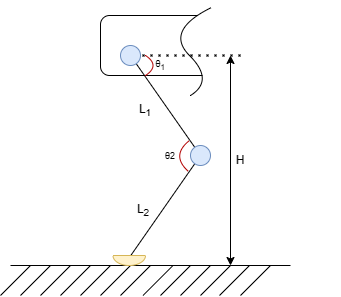
The draw.io diagram img/kinematic2D.png in POMBNK/Diploma-2.0, before a commit. Source tidied: cells renumbered, new cells last; positions are measured from the earlier drawing's top-left corner, leaving out a move shared by most shapes. The source it was exported from:
```xml
<mxGraphModel>
  <root>
    <mxCell id="0" />
    <mxCell id="1" parent="0" />
    <mxCell id="2" style="endArrow=none;html=1;rounded=0;" parent="1" edge="1">
      <mxGeometry relative="1" as="geometry">
        <mxPoint x="10" y="265" as="sourcePoint" />
        <mxPoint x="290" y="265" as="targetPoint" />
      </mxGeometry>
    </mxCell>
    <mxCell id="3" style="endArrow=none;html=1;rounded=0;" parent="1" edge="1">
      <mxGeometry relative="1" as="geometry">
        <mxPoint y="295" as="sourcePoint" />
        <mxPoint x="30" y="265" as="targetPoint" />
      </mxGeometry>
    </mxCell>
    <mxCell id="4" style="endArrow=none;html=1;rounded=0;" parent="1" edge="1">
      <mxGeometry relative="1" as="geometry">
        <mxPoint x="20" y="295" as="sourcePoint" />
        <mxPoint x="50" y="265" as="targetPoint" />
      </mxGeometry>
    </mxCell>
    <mxCell id="5" style="endArrow=none;html=1;rounded=0;" parent="1" edge="1">
      <mxGeometry relative="1" as="geometry">
        <mxPoint x="40" y="295" as="sourcePoint" />
        <mxPoint x="70" y="265" as="targetPoint" />
      </mxGeometry>
    </mxCell>
    <mxCell id="6" style="endArrow=none;html=1;rounded=0;" parent="1" edge="1">
      <mxGeometry relative="1" as="geometry">
        <mxPoint x="60" y="295" as="sourcePoint" />
        <mxPoint x="90" y="265" as="targetPoint" />
      </mxGeometry>
    </mxCell>
    <mxCell id="7" style="endArrow=none;html=1;rounded=0;" parent="1" edge="1">
      <mxGeometry relative="1" as="geometry">
        <mxPoint x="80" y="295" as="sourcePoint" />
        <mxPoint x="110" y="265" as="targetPoint" />
      </mxGeometry>
    </mxCell>
    <mxCell id="8" style="endArrow=none;html=1;rounded=0;" parent="1" edge="1">
      <mxGeometry relative="1" as="geometry">
        <mxPoint x="100" y="295" as="sourcePoint" />
        <mxPoint x="130" y="265" as="targetPoint" />
      </mxGeometry>
    </mxCell>
    <mxCell id="9" style="endArrow=none;html=1;rounded=0;" parent="1" edge="1">
      <mxGeometry relative="1" as="geometry">
        <mxPoint x="120" y="295" as="sourcePoint" />
        <mxPoint x="150" y="265" as="targetPoint" />
      </mxGeometry>
    </mxCell>
    <mxCell id="10" style="endArrow=none;html=1;rounded=0;" parent="1" edge="1">
      <mxGeometry relative="1" as="geometry">
        <mxPoint x="142.5" y="295" as="sourcePoint" />
        <mxPoint x="172.5" y="265" as="targetPoint" />
      </mxGeometry>
    </mxCell>
    <mxCell id="11" style="endArrow=none;html=1;rounded=0;" parent="1" edge="1">
      <mxGeometry relative="1" as="geometry">
        <mxPoint x="160" y="295" as="sourcePoint" />
        <mxPoint x="190" y="265" as="targetPoint" />
      </mxGeometry>
    </mxCell>
    <mxCell id="12" style="endArrow=none;html=1;rounded=0;" parent="1" edge="1">
      <mxGeometry relative="1" as="geometry">
        <mxPoint x="180" y="295" as="sourcePoint" />
        <mxPoint x="210" y="265" as="targetPoint" />
      </mxGeometry>
    </mxCell>
    <mxCell id="13" style="endArrow=none;html=1;rounded=0;" parent="1" edge="1">
      <mxGeometry relative="1" as="geometry">
        <mxPoint x="200" y="295" as="sourcePoint" />
        <mxPoint x="230" y="265" as="targetPoint" />
      </mxGeometry>
    </mxCell>
    <mxCell id="14" style="endArrow=none;html=1;rounded=0;" parent="1" edge="1">
      <mxGeometry relative="1" as="geometry">
        <mxPoint x="219" y="295" as="sourcePoint" />
        <mxPoint x="249" y="265" as="targetPoint" />
      </mxGeometry>
    </mxCell>
    <mxCell id="15" style="endArrow=none;html=1;rounded=0;" parent="1" edge="1">
      <mxGeometry relative="1" as="geometry">
        <mxPoint x="240" y="295" as="sourcePoint" />
        <mxPoint x="270" y="265" as="targetPoint" />
      </mxGeometry>
    </mxCell>
    <mxCell id="16" style="endArrow=none;html=1;rounded=0;exitX=0.55;exitY=-0.011;exitDx=0;exitDy=0;exitPerimeter=0;" parent="1" edge="1" source="29" target="19">
      <mxGeometry relative="1" as="geometry" />
    </mxCell>
    <mxCell id="17" style="rounded=1;whiteSpace=wrap;html=1;" parent="1" vertex="1">
      <mxGeometry x="100" y="15" width="120" height="60" as="geometry" />
    </mxCell>
    <mxCell id="18" style="endArrow=none;html=1;rounded=0;" parent="1" edge="1" source="19" target="28">
      <mxGeometry relative="1" as="geometry" />
    </mxCell>
    <mxCell id="19" style="ellipse;whiteSpace=wrap;html=1;fillColor=#dae8fc;strokeColor=#6c8ebf;" parent="1" vertex="1">
      <mxGeometry x="190" y="145" width="20" height="20" as="geometry" />
    </mxCell>
    <mxCell id="20" style="rounded=0;whiteSpace=wrap;html=1;strokeColor=none;" parent="1" vertex="1">
      <mxGeometry x="202" width="138" height="80" as="geometry" />
    </mxCell>
    <mxCell id="21" style="rounded=0;whiteSpace=wrap;html=1;strokeColor=none;" parent="1" vertex="1">
      <mxGeometry x="197" y="14" width="6" height="3" as="geometry" />
    </mxCell>
    <mxCell id="22" style="curved=1;endArrow=none;html=1;rounded=0;endFill=0;" parent="1" edge="1">
      <mxGeometry relative="1" as="geometry">
        <mxPoint x="190" y="95" as="sourcePoint" />
        <mxPoint x="211" y="7" as="targetPoint" />
        <Array as="points">
          <mxPoint x="214" y="80" />
          <mxPoint x="164" y="30" />
        </Array>
      </mxGeometry>
    </mxCell>
    <mxCell id="23" style="endArrow=none;dashed=1;html=1;dashPattern=1 3;strokeWidth=2;rounded=0;entryX=0.275;entryY=0.688;entryDx=0;entryDy=0;entryPerimeter=0;" parent="1" edge="1" target="20">
      <mxGeometry relative="1" as="geometry">
        <mxPoint x="126" y="55" as="sourcePoint" />
      </mxGeometry>
    </mxCell>
    <mxCell id="24" style="curved=1;endArrow=none;html=1;rounded=0;endFill=0;fillColor=#e51400;strokeColor=#B20000;" parent="1" edge="1">
      <mxGeometry relative="1" as="geometry">
        <mxPoint x="145" y="75" as="sourcePoint" />
        <mxPoint x="145" y="55" as="targetPoint" />
        <Array as="points">
          <mxPoint x="160" y="65" />
        </Array>
      </mxGeometry>
    </mxCell>
    <mxCell id="25" style="curved=1;endArrow=none;html=1;rounded=0;endFill=0;fillColor=#e51400;strokeColor=#B20000;" parent="1" edge="1">
      <mxGeometry relative="1" as="geometry">
        <mxPoint x="188" y="171" as="sourcePoint" />
        <mxPoint x="189" y="140" as="targetPoint" />
        <Array as="points">
          <mxPoint x="170" y="155" />
        </Array>
      </mxGeometry>
    </mxCell>
    <mxCell id="26" value="&lt;font style=&quot;font-size: 9px;&quot;&gt;θ&lt;sub style=&quot;&quot;&gt;1&lt;/sub&gt;&lt;/font&gt;" style="text;html=1;strokeColor=none;fillColor=none;align=center;verticalAlign=middle;whiteSpace=wrap;rounded=0;" parent="1" vertex="1">
      <mxGeometry x="155" y="60" width="10" height="5" as="geometry" />
    </mxCell>
    <mxCell id="27" value="&lt;font style=&quot;font-size: 9px;&quot;&gt;θ2&lt;/font&gt;" style="text;html=1;strokeColor=none;fillColor=none;align=center;verticalAlign=middle;whiteSpace=wrap;rounded=0;" parent="1" vertex="1">
      <mxGeometry x="165" y="152.5" width="10" height="5" as="geometry" />
    </mxCell>
    <mxCell id="28" style="ellipse;whiteSpace=wrap;html=1;fillColor=#dae8fc;strokeColor=#6c8ebf;" parent="1" vertex="1">
      <mxGeometry x="120" y="45" width="20" height="20" as="geometry" />
    </mxCell>
    <mxCell id="29" style="verticalLabelPosition=bottom;verticalAlign=top;html=1;shape=mxgraph.basic.half_circle;fillColor=#fff2cc;strokeColor=#d6b656;" parent="1" vertex="1">
      <mxGeometry x="112.5" y="255" width="32.5" height="10" as="geometry" />
    </mxCell>
    <mxCell id="30" value="L&lt;sub&gt;1&lt;/sub&gt;" style="text;html=1;strokeColor=none;fillColor=none;align=center;verticalAlign=middle;whiteSpace=wrap;rounded=0;" parent="1" vertex="1">
      <mxGeometry x="115" y="95" width="60" height="30" as="geometry" />
    </mxCell>
    <mxCell id="31" value="L&lt;sub&gt;2&lt;/sub&gt;" style="text;html=1;strokeColor=none;fillColor=none;align=center;verticalAlign=middle;whiteSpace=wrap;rounded=0;" parent="1" vertex="1">
      <mxGeometry x="112.5" y="195" width="60" height="30" as="geometry" />
    </mxCell>
    <mxCell id="32" style="endArrow=classic;startArrow=classic;html=1;rounded=0;" parent="1" edge="1">
      <mxGeometry relative="1" as="geometry">
        <mxPoint x="230" y="265" as="sourcePoint" />
        <mxPoint x="230" y="55" as="targetPoint" />
      </mxGeometry>
    </mxCell>
    <mxCell id="33" value="H" style="text;html=1;strokeColor=none;fillColor=none;align=center;verticalAlign=middle;whiteSpace=wrap;rounded=0;" parent="1" vertex="1">
      <mxGeometry x="210" y="145" width="60" height="30" as="geometry" />
    </mxCell>
  </root>
</mxGraphModel>
```
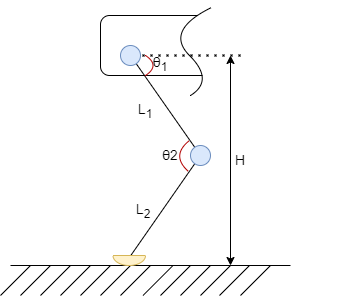
The same diagram one commit later.

Change to the diagram source:
```diff
@@ -137,10 +137,10 @@
         </Array>
       </mxGeometry>
     </mxCell>
-    <mxCell id="26" value="&lt;font style=&quot;font-size: 9px;&quot;&gt;θ&lt;sub style=&quot;&quot;&gt;1&lt;/sub&gt;&lt;/font&gt;" style="text;html=1;strokeColor=none;fillColor=none;align=center;verticalAlign=middle;whiteSpace=wrap;rounded=0;" parent="1" vertex="1">
+    <mxCell id="26" value="&lt;font style=&quot;font-size: 14px;&quot;&gt;θ&lt;sub style=&quot;&quot;&gt;1&lt;/sub&gt;&lt;/font&gt;" style="text;html=1;strokeColor=none;fillColor=none;align=center;verticalAlign=middle;whiteSpace=wrap;rounded=0;" parent="1" vertex="1">
       <mxGeometry x="155" y="60" width="10" height="5" as="geometry" />
     </mxCell>
-    <mxCell id="27" value="&lt;font style=&quot;font-size: 9px;&quot;&gt;θ2&lt;/font&gt;" style="text;html=1;strokeColor=none;fillColor=none;align=center;verticalAlign=middle;whiteSpace=wrap;rounded=0;" parent="1" vertex="1">
+    <mxCell id="27" value="&lt;font style=&quot;font-size: 14px;&quot;&gt;θ2&lt;/font&gt;" style="text;html=1;strokeColor=none;fillColor=none;align=center;verticalAlign=middle;whiteSpace=wrap;rounded=0;" parent="1" vertex="1">
       <mxGeometry x="165" y="152.5" width="10" height="5" as="geometry" />
     </mxCell>
     <mxCell id="28" style="ellipse;whiteSpace=wrap;html=1;fillColor=#dae8fc;strokeColor=#6c8ebf;" parent="1" vertex="1">
@@ -149,10 +149,10 @@
     <mxCell id="29" style="verticalLabelPosition=bottom;verticalAlign=top;html=1;shape=mxgraph.basic.half_circle;fillColor=#fff2cc;strokeColor=#d6b656;" parent="1" vertex="1">
       <mxGeometry x="112.5" y="255" width="32.5" height="10" as="geometry" />
     </mxCell>
-    <mxCell id="30" value="L&lt;sub&gt;1&lt;/sub&gt;" style="text;html=1;strokeColor=none;fillColor=none;align=center;verticalAlign=middle;whiteSpace=wrap;rounded=0;" parent="1" vertex="1">
+    <mxCell id="30" value="&lt;font style=&quot;font-size: 14px;&quot;&gt;L&lt;sub&gt;1&lt;/sub&gt;&lt;/font&gt;" style="text;html=1;strokeColor=none;fillColor=none;align=center;verticalAlign=middle;whiteSpace=wrap;rounded=0;" parent="1" vertex="1">
       <mxGeometry x="115" y="95" width="60" height="30" as="geometry" />
     </mxCell>
-    <mxCell id="31" value="L&lt;sub&gt;2&lt;/sub&gt;" style="text;html=1;strokeColor=none;fillColor=none;align=center;verticalAlign=middle;whiteSpace=wrap;rounded=0;" parent="1" vertex="1">
+    <mxCell id="31" value="&lt;font style=&quot;font-size: 14px;&quot;&gt;L&lt;sub&gt;2&lt;/sub&gt;&lt;/font&gt;" style="text;html=1;strokeColor=none;fillColor=none;align=center;verticalAlign=middle;whiteSpace=wrap;rounded=0;" parent="1" vertex="1">
       <mxGeometry x="112.5" y="195" width="60" height="30" as="geometry" />
     </mxCell>
     <mxCell id="32" style="endArrow=classic;startArrow=classic;html=1;rounded=0;" parent="1" edge="1">
@@ -161,7 +161,7 @@
         <mxPoint x="230" y="55" as="targetPoint" />
       </mxGeometry>
     </mxCell>
-    <mxCell id="33" value="H" style="text;html=1;strokeColor=none;fillColor=none;align=center;verticalAlign=middle;whiteSpace=wrap;rounded=0;" parent="1" vertex="1">
+    <mxCell id="33" value="&lt;font style=&quot;font-size: 14px;&quot;&gt;H&lt;/font&gt;" style="text;html=1;strokeColor=none;fillColor=none;align=center;verticalAlign=middle;whiteSpace=wrap;rounded=0;" parent="1" vertex="1">
       <mxGeometry x="210" y="145" width="60" height="30" as="geometry" />
     </mxCell>
   </root>
```
